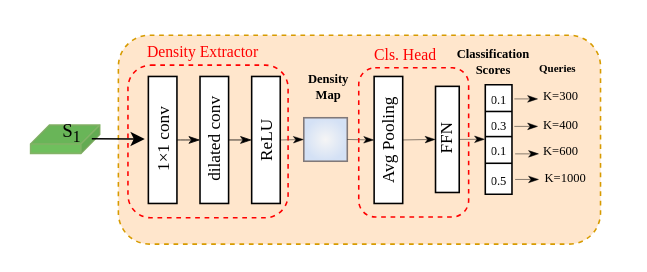
The draw.io diagram DrawIO_file/流程图/分类计数器模块.drawio in DingDongZz/typera_PicGO, before the edit. Source tidied: cells renumbered, new cells numbered last; positions are measured from the earlier drawing's top-left corner, leaving out a move shared by most shapes. Both pictures are drawn from the tidied source at 157%, with x=0, y=0 at pixel (27, 27).
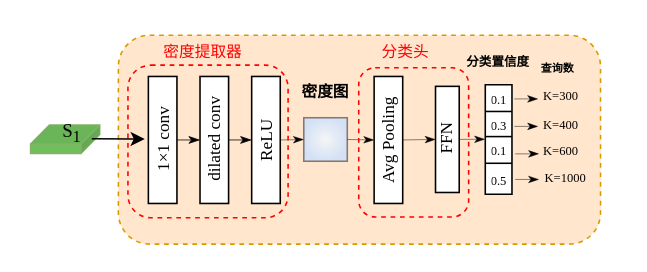
Above is the later version.

Commit message:
更新分类计数器模块.drawio

Unchanged cells that the change refers to:
```xml
<mxCell id="4" style="group;fontFamily=Times New Roman;" parent="1" vertex="1">
  <mxGeometry x="71.2" y="16.7" width="263.3" height="97.9" as="geometry" />
</mxCell>
```

Change to the diagram source:
```diff
@@
-    <mxCell id="5" value="&lt;font&gt;&lt;b&gt;Density&lt;br&gt;&lt;/b&gt;&lt;/font&gt;&lt;b style=&quot;background-color: transparent; color: light-dark(rgb(0, 0, 0), rgb(255, 255, 255));&quot;&gt;Map&lt;/b&gt;" style="text;html=1;align=center;verticalAlign=middle;whiteSpace=wrap;rounded=0;fontSize=8;fontFamily=Times New Roman;" parent="4" vertex="1">
-      <mxGeometry x="86.3" y="3.5" width="68.1" height="34.7" as="geometry" />
+    <mxCell id="5" value="&lt;b&gt;&lt;font style=&quot;font-size: 10px;&quot; face=&quot;宋体&quot;&gt;密度图&lt;/font&gt;&lt;/b&gt;" style="text;html=1;align=center;verticalAlign=middle;whiteSpace=wrap;rounded=0;fontSize=8;fontFamily=Times New Roman;" parent="4" vertex="1">
+      <mxGeometry x="84.8" y="7.3" width="68.1" height="34.7" as="geometry" />
     </mxCell>
-    <mxCell id="6" value="Density Extractor" style="text;html=1;align=center;verticalAlign=middle;whiteSpace=wrap;rounded=0;fontColor=#FF0000;fontFamily=Times New Roman;fontSize=10;" parent="4" vertex="1">
+    <mxCell id="6" value="&lt;font face=&quot;宋体&quot;&gt;密度提取器&lt;/font&gt;" style="text;html=1;align=center;verticalAlign=middle;whiteSpace=wrap;rounded=0;fontColor=#FF0000;fontFamily=Times New Roman;fontSize=10;" parent="4" vertex="1">
       <mxGeometry x="-14.2" y="-17.2" width="110" height="30" as="geometry" />
     </mxCell>
-    <mxCell id="7" value="Cls. Head" style="text;html=1;align=center;verticalAlign=middle;whiteSpace=wrap;rounded=0;fontColor=#FF0000;fontFamily=Times New Roman;fontSize=10;" parent="4" vertex="1">
-      <mxGeometry x="114.8" y="-15.2" width="110" height="30" as="geometry" />
-    </mxCell>
-    <mxCell id="8" value="&lt;font style=&quot;font-size: 8px;&quot;&gt;&lt;b style=&quot;&quot;&gt;Classification &lt;br&gt;Scores&lt;/b&gt;&lt;/font&gt;" style="text;html=1;align=center;verticalAlign=middle;whiteSpace=wrap;rounded=0;fontFamily=Times New Roman;fontSize=6;fontColor=default;labelBackgroundColor=none;" parent="1" vertex="1">
-      <mxGeometry x="262.3" y="4.7" width="69.9" height="35" as="geometry" />
+    <mxCell id="8" value="&lt;span style=&quot;font-size: 8px;&quot;&gt;&lt;b&gt;&lt;font face=&quot;宋体&quot;&gt;分类置信度&lt;/font&gt;&lt;/b&gt;&lt;/span&gt;" style="text;html=1;align=center;verticalAlign=middle;whiteSpace=wrap;rounded=0;fontFamily=Times New Roman;fontSize=6;fontColor=default;labelBackgroundColor=none;" parent="1" vertex="1">
+      <mxGeometry x="264.6" y="4.9" width="69.9" height="35" as="geometry" />
     </mxCell>
-    <mxCell id="9" value="&lt;font style=&quot;font-size: 7px;&quot;&gt;&lt;b style=&quot;&quot;&gt;Queries&lt;/b&gt;&lt;/font&gt;" style="text;html=1;align=center;verticalAlign=middle;whiteSpace=wrap;rounded=0;fontFamily=Times New Roman;fontSize=6;fontColor=default;labelBackgroundColor=none;" parent="1" vertex="1">
+    <mxCell id="9" value="&lt;font face=&quot;宋体&quot; style=&quot;font-size: 7px;&quot;&gt;&lt;b style=&quot;&quot;&gt;查询数&lt;/b&gt;&lt;/font&gt;" style="text;html=1;align=center;verticalAlign=middle;whiteSpace=wrap;rounded=0;fontFamily=Times New Roman;fontSize=6;fontColor=default;labelBackgroundColor=none;" parent="1" vertex="1">
       <mxGeometry x="303.1" y="9.7" width="69.9" height="35" as="geometry" />
     </mxCell>
@@
+    <mxCell id="7" value="&lt;font face=&quot;宋体&quot;&gt;分类头&lt;/font&gt;" style="text;html=1;align=center;verticalAlign=middle;whiteSpace=wrap;rounded=0;fontColor=#FF0000;fontFamily=Times New Roman;fontSize=10;" parent="1" vertex="1">
+      <mxGeometry x="186" y="-0.5" width="110" height="30" as="geometry" />
+    </mxCell>
```
